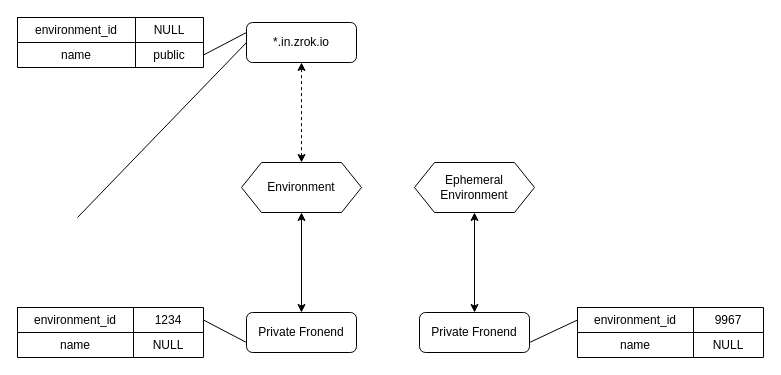
openziti/zrok keeps this draw.io diagram as docs/images/zrok_frontends_v0.3.drawio. Above is the earlier version. Source tidied: cells renumbered, new cells numbered last; positions are measured from the earlier drawing's top-left corner, leaving out a move shared by most shapes. Both pictures are drawn from the tidied source at 100%, with x=0, y=0 at pixel (17, 17).
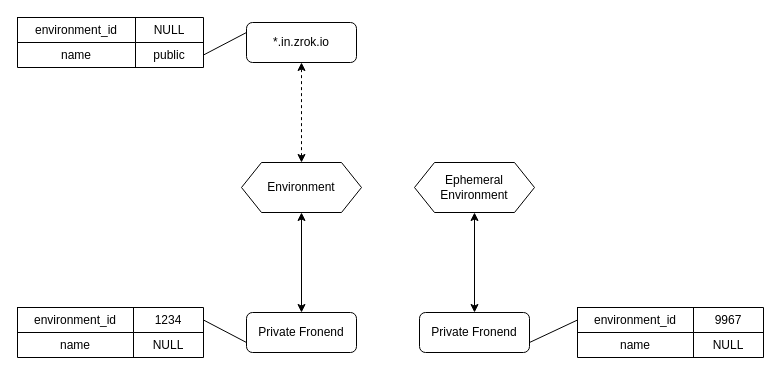
Above is the later version.

The change refers to these unchanged cells:
```xml
<mxCell id="2" value="*.in.zrok.io" style="rounded=1;whiteSpace=wrap;html=1;" parent="1" vertex="1">
  <mxGeometry x="229" y="5" width="110" height="40" as="geometry" />
</mxCell>
```

What changed in the source:
```diff
@@
-    <mxCell id="17" style="endArrow=none;html=1;rounded=0;entryX=0;entryY=0.5;entryDx=0;entryDy=0;exitX=1;exitY=0.5;exitDx=0;exitDy=0;" parent="1" edge="1" target="2">
-      <mxGeometry relative="1" as="geometry">
-        <mxPoint x="60" y="200" as="sourcePoint" />
-      </mxGeometry>
-    </mxCell>
```
